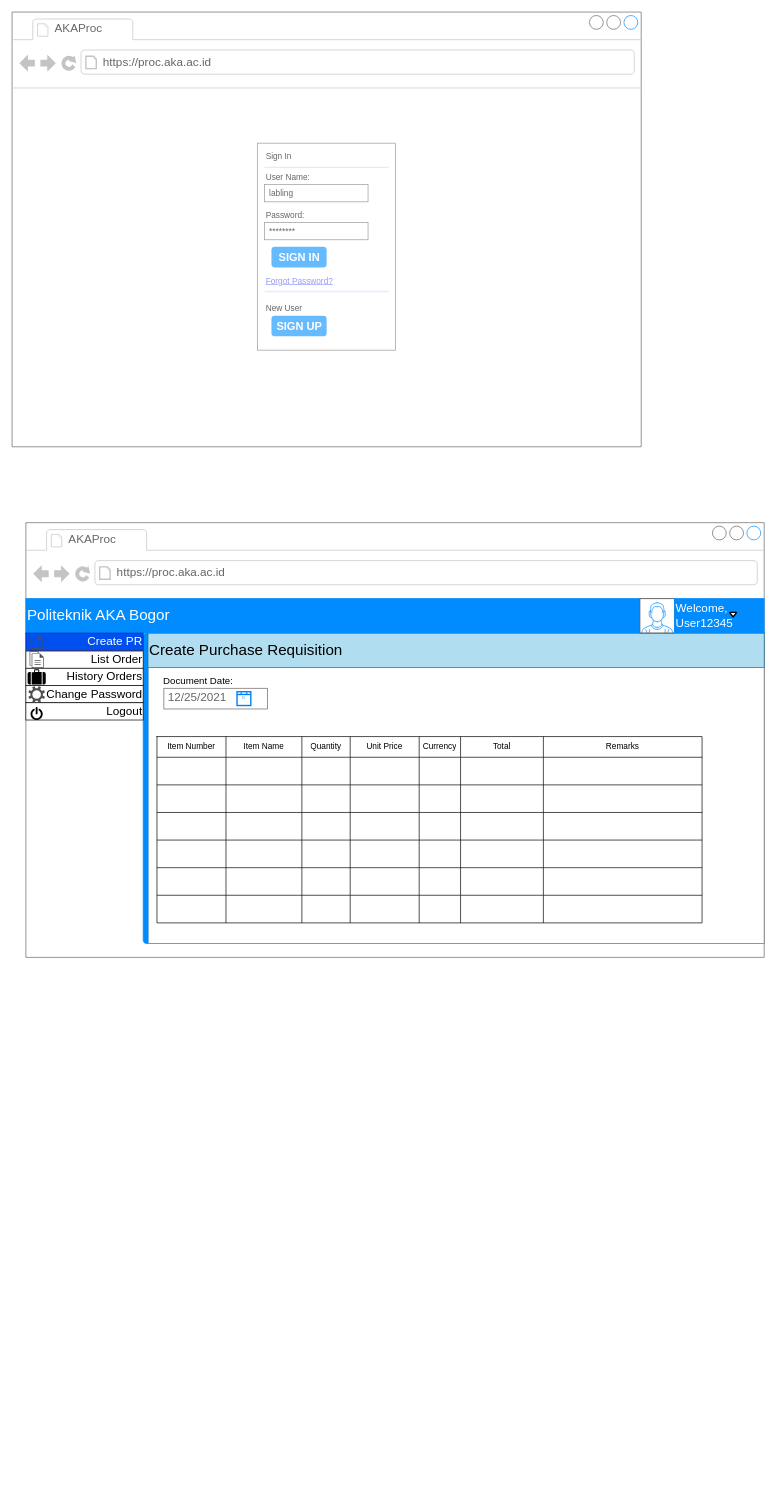
The draw.io diagram 20210805 AKAProc MockUp.drawio in ardianozi18/berkibar, before the edit. Source tidied: cells renumbered, new cells numbered last; positions are measured from the earlier drawing's top-left corner, leaving out a move shared by most shapes. Both pictures are drawn from the tidied source at 69%, with x=0, y=0 at pixel (12, 12).
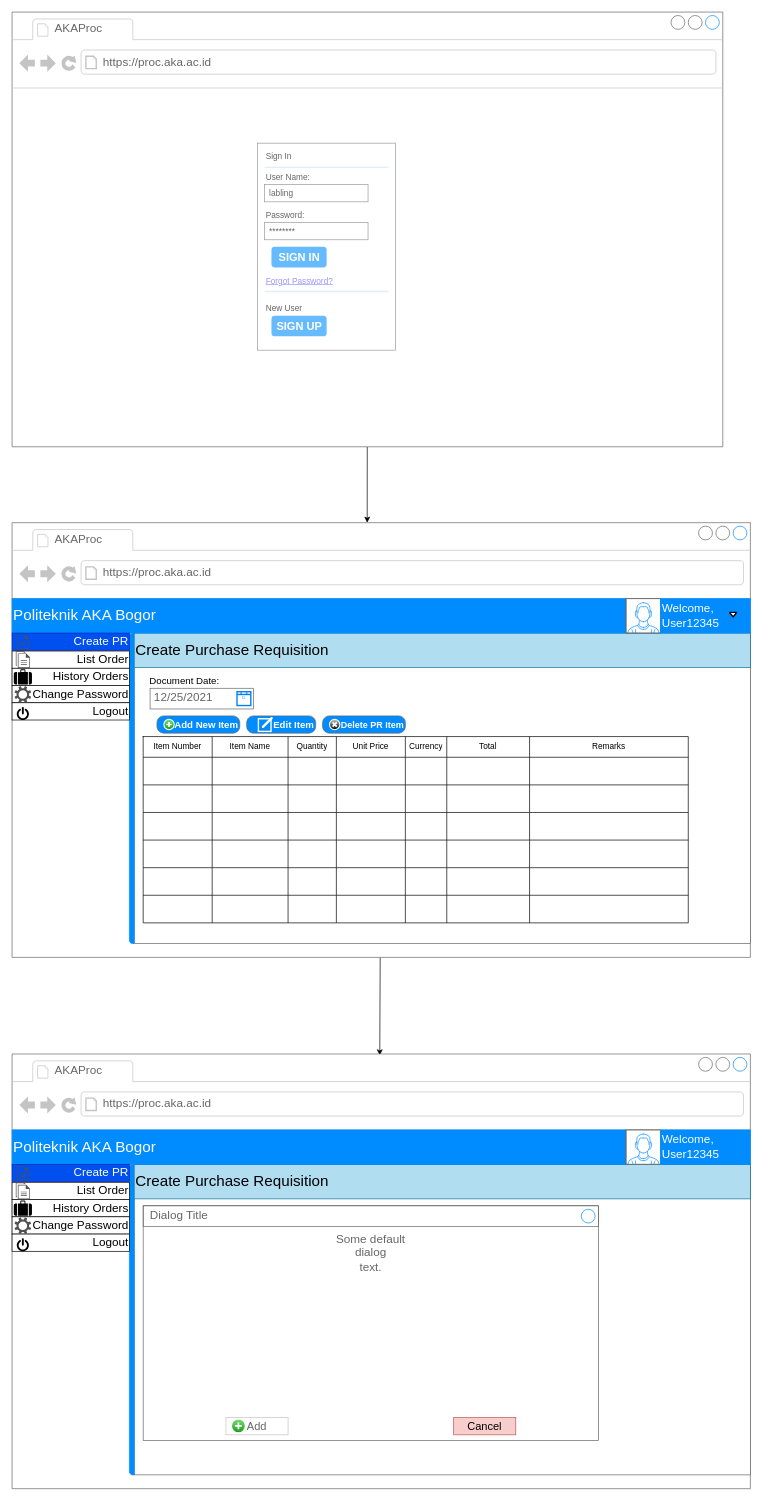
The same page after the edit.

The change refers to these unchanged cells:
```xml
<mxCell id="20" style="strokeWidth=1;shadow=0;dashed=0;align=center;html=1;shape=mxgraph.mockup.containers.marginRect2;rectMarginLeft=67;strokeColor=#666666;gradientColor=none;" parent="17" vertex="1">
  <mxGeometry x="110" y="160" width="960" height="450" as="geometry" />
</mxCell>
```

The edit, as a diff of the source:
```diff
@@
+    <mxCell id="98" style="edgeStyle=none;rounded=0;jettySize=auto;html=1;entryX=0.481;entryY=0;entryDx=0;entryDy=0;entryPerimeter=0;" parent="1" edge="1" source="2" target="17">
+      <mxGeometry relative="1" as="geometry" />
+    </mxCell>
     <mxCell id="2" style="strokeWidth=1;shadow=0;dashed=0;align=center;html=1;shape=mxgraph.mockup.containers.browserWindow;rSize=0;strokeColor=#666666;strokeColor2=#008cff;strokeColor3=#c4c4c4;mainText=,;" parent="1" vertex="1">
-      <mxGeometry width="911.8" height="630" as="geometry" />
+      <mxGeometry width="1030" height="630" as="geometry" />
     </mxCell>
@@
+    <mxCell id="99" style="edgeStyle=none;rounded=0;jettySize=auto;html=1;entryX=0.498;entryY=0.003;entryDx=0;entryDy=0;entryPerimeter=0;" parent="1" edge="1" source="17" target="106">
+      <mxGeometry relative="1" as="geometry" />
+    </mxCell>
     <mxCell id="17" style="strokeWidth=1;shadow=0;dashed=0;align=center;html=1;shape=mxgraph.mockup.containers.browserWindow;rSize=0;strokeColor=#666666;strokeColor2=#008cff;strokeColor3=#c4c4c4;mainText=,;" parent="1" vertex="1">
-      <mxGeometry x="20" y="740" width="1070" height="630" as="geometry" />
+      <mxGeometry y="740" width="1070" height="630" as="geometry" />
     </mxCell>
@@
+    <mxCell id="100" value="&lt;font style=&quot;font-size: 14px&quot;&gt;Add New Item&lt;/font&gt;" style="strokeWidth=1;shadow=0;dashed=0;align=right;html=1;shape=mxgraph.mockup.buttons.button;strokeColor=#666666;fontColor=#ffffff;mainText=;buttonStyle=round;fontSize=17;fontStyle=1;fillColor=#008cff;whiteSpace=wrap;" parent="20" vertex="1">
+      <mxGeometry x="100" y="120" width="120" height="25" as="geometry" />
+    </mxCell>
+    <mxCell id="101" value="&lt;font style=&quot;font-size: 13px&quot;&gt;Delete PR Item&lt;/font&gt;" style="strokeWidth=1;shadow=0;dashed=0;align=right;html=1;shape=mxgraph.mockup.buttons.button;strokeColor=#666666;fontColor=#ffffff;mainText=;buttonStyle=round;fontSize=17;fontStyle=1;fillColor=#008cff;whiteSpace=wrap;" parent="20" vertex="1">
+      <mxGeometry x="340" y="120" width="120" height="25" as="geometry" />
+    </mxCell>
@@
+    <mxCell id="102" value="&lt;font style=&quot;font-size: 14px&quot;&gt;Edit Item&lt;/font&gt;" style="strokeWidth=1;shadow=0;dashed=0;align=right;html=1;shape=mxgraph.mockup.buttons.button;strokeColor=#666666;fontColor=#ffffff;mainText=;buttonStyle=round;fontSize=17;fontStyle=1;fillColor=#008cff;whiteSpace=wrap;" parent="1" vertex="1">
+      <mxGeometry x="340" y="1020" width="100" height="25" as="geometry" />
+    </mxCell>
+    <mxCell id="103" style="verticalLabelPosition=bottom;verticalAlign=top;html=1;shadow=0;dashed=0;strokeWidth=1;shape=mxgraph.ios.iAddIcon;fillColor=#7AdF78;fillColor2=#1A9917;strokeColor=#ffffff;" parent="1" vertex="1">
+      <mxGeometry x="220" y="1025" width="15" height="15" as="geometry" />
+    </mxCell>
+    <mxCell id="104" style="verticalLabelPosition=bottom;verticalAlign=top;html=1;shadow=0;dashed=0;strokeWidth=1;shape=mxgraph.ios.iDeleteApp;fillColor=#cccccc;fillColor2=#000000;strokeColor=#ffffff;" parent="1" vertex="1">
+      <mxGeometry x="460" y="1025" width="15" height="15" as="geometry" />
+    </mxCell>
+    <mxCell id="105" style="html=1;verticalLabelPosition=bottom;align=center;labelBackgroundColor=#ffffff;verticalAlign=top;strokeWidth=2;shadow=0;dashed=0;shape=mxgraph.ios7.icons.edit;fillColor=none;strokeColor=#FFFFFF;" parent="1" vertex="1">
+      <mxGeometry x="357" y="1022.5" width="20" height="20" as="geometry" />
+    </mxCell>
+    <mxCell id="106" style="strokeWidth=1;shadow=0;dashed=0;align=center;html=1;shape=mxgraph.mockup.containers.browserWindow;rSize=0;strokeColor=#666666;strokeColor2=#008cff;strokeColor3=#c4c4c4;mainText=,;" parent="1" vertex="1">
+      <mxGeometry y="1510" width="1070" height="630" as="geometry" />
+    </mxCell>
+    <mxCell id="107" value="AKAProc" style="strokeWidth=1;shadow=0;dashed=0;align=center;html=1;shape=mxgraph.mockup.containers.anchor;fontSize=17;fontColor=#666666;align=left;" parent="106" vertex="1">
+      <mxGeometry x="60" y="12" width="110" height="26" as="geometry" />
+    </mxCell>
+    <mxCell id="108" value="https://proc.aka.ac.id" style="strokeWidth=1;shadow=0;dashed=0;align=center;html=1;shape=mxgraph.mockup.containers.anchor;rSize=0;fontSize=17;fontColor=#666666;align=left;" parent="106" vertex="1">
+      <mxGeometry x="130" y="60" width="250" height="26" as="geometry" />
+    </mxCell>
+    <mxCell id="109" style="strokeWidth=1;shadow=0;dashed=0;align=center;html=1;shape=mxgraph.mockup.containers.marginRect2;rectMarginLeft=67;strokeColor=#666666;gradientColor=none;" parent="106" vertex="1">
+      <mxGeometry x="110" y="160" width="960" height="450" as="geometry" />
+    </mxCell>
+    <mxCell id="110" style="strokeWidth=1;shadow=0;dashed=0;align=center;html=1;shape=mxgraph.mockup.containers.leftButton;rSize=5;strokeColor=#008cff;fillColor=#008cff;" parent="109" vertex="1">
+      <mxGeometry width="7" height="450" relative="1" as="geometry">
+        <mxPoint x="60" as="offset" />
+      </mxGeometry>
+    </mxCell>
+    <mxCell id="111" value="&lt;font style=&quot;font-size: 22px&quot;&gt;Create Purchase Requisition&lt;/font&gt;" style="strokeWidth=1;shadow=0;dashed=0;align=left;html=1;shape=mxgraph.mockup.containers.rrect;rSize=0;fontSize=17;fillColor=#b1ddf0;strokeColor=#10739e;" parent="109" vertex="1">
+      <mxGeometry x="67" width="893" height="50" as="geometry" />
+    </mxCell>
+    <mxCell id="112" value="Some default&#10;dialog&#10;text." style="strokeWidth=1;shadow=0;dashed=0;align=center;html=1;shape=mxgraph.mockup.containers.rrect;rSize=0;strokeColor=#666666;fontColor=#666666;fontSize=17;verticalAlign=top;whiteSpace=wrap;fillColor=#ffffff;spacingTop=32;" parent="109" vertex="1">
+      <mxGeometry x="80" y="60" width="660" height="340" as="geometry" />
+    </mxCell>
+    <mxCell id="113" value="Dialog Title" style="strokeWidth=1;shadow=0;dashed=0;align=center;html=1;shape=mxgraph.mockup.containers.rrect;rSize=0;fontSize=17;fontColor=#666666;strokeColor=#666666;align=left;spacingLeft=8;fillColor=none;" parent="112" vertex="1">
+      <mxGeometry width="660" height="30" relative="1" as="geometry" />
+    </mxCell>
+    <mxCell id="114" style="shape=ellipse;strokeColor=#008cff;fillColor=none;html=1;" parent="113" vertex="1">
+      <mxGeometry x="1" y="0.5" width="20" height="20" relative="1" as="geometry">
+        <mxPoint x="-25" y="-10" as="offset" />
+      </mxGeometry>
+    </mxCell>
+    <mxCell id="115" value="Add" style="strokeWidth=1;shadow=0;dashed=0;align=center;html=1;shape=mxgraph.mockup.containers.rrect;rSize=0;fontSize=16;fontColor=#666666;strokeColor=#c4c4c4;whiteSpace=wrap;fillColor=none;" parent="112" vertex="1">
+      <mxGeometry x="0.25" y="1" width="90" height="25" relative="1" as="geometry">
+        <mxPoint x="-45" y="-33" as="offset" />
+      </mxGeometry>
+    </mxCell>
+    <mxCell id="116" value="Cancel" style="strokeWidth=1;shadow=0;dashed=0;align=center;html=1;shape=mxgraph.mockup.containers.rrect;rSize=0;fontSize=16;strokeColor=#b85450;whiteSpace=wrap;fillColor=#f8cecc;" parent="112" vertex="1">
+      <mxGeometry x="0.75" y="1" width="90" height="25" relative="1" as="geometry">
+        <mxPoint x="-45" y="-33" as="offset" />
+      </mxGeometry>
+    </mxCell>
+    <mxCell id="117" value="&lt;font style=&quot;font-size: 22px&quot;&gt;Politeknik AKA Bogor&lt;/font&gt;" style="strokeWidth=1;shadow=0;dashed=0;align=left;html=1;shape=mxgraph.mockup.containers.rrect;rSize=0;fontSize=17;fontColor=#ffffff;strokeColor=#008cff;fillColor=#008cff;" parent="106" vertex="1">
+      <mxGeometry y="110" width="890" height="50" as="geometry" />
+    </mxCell>
+    <mxCell id="118" style="verticalLabelPosition=bottom;shadow=0;dashed=0;align=center;html=1;verticalAlign=top;strokeWidth=1;shape=mxgraph.mockup.containers.userMale;strokeColor=#666666;strokeColor2=#008cff;" parent="106" vertex="1">
+      <mxGeometry x="890" y="110" width="50" height="50" as="geometry" />
+    </mxCell>
+    <mxCell id="119" value="Welcome,&lt;br&gt;User12345" style="strokeWidth=1;shadow=0;dashed=0;align=left;html=1;shape=mxgraph.mockup.containers.rrect;rSize=0;fontSize=17;fontColor=#ffffff;strokeColor=#008cff;fillColor=#008cff;" parent="106" vertex="1">
+      <mxGeometry x="940" y="110" width="130" height="50" as="geometry" />
+    </mxCell>
+    <mxCell id="120" value="Create PR" style="strokeWidth=1;shadow=0;dashed=0;align=right;html=1;shape=mxgraph.mockup.containers.rrect;rSize=0;fontSize=17;fillColor=#0050ef;strokeColor=#001DBC;fontColor=#ffffff;" parent="106" vertex="1">
+      <mxGeometry width="170" height="25" relative="1" as="geometry">
+        <mxPoint y="160" as="offset" />
+      </mxGeometry>
+    </mxCell>
+    <mxCell id="121" value="List Order" style="strokeWidth=1;shadow=0;dashed=0;align=right;html=1;shape=mxgraph.mockup.containers.rrect;rSize=0;fontSize=17;" parent="106" vertex="1">
+      <mxGeometry y="186" width="170" height="25" as="geometry" />
+    </mxCell>
+    <mxCell id="122" value="History Orders" style="strokeWidth=1;shadow=0;dashed=0;align=right;html=1;shape=mxgraph.mockup.containers.rrect;rSize=0;fontSize=17;" parent="106" vertex="1">
+      <mxGeometry y="211" width="170" height="25" as="geometry" />
+    </mxCell>
+    <mxCell id="123" value="Change Password" style="strokeWidth=1;shadow=0;dashed=0;align=right;html=1;shape=mxgraph.mockup.containers.rrect;rSize=0;fontSize=17;" parent="106" vertex="1">
+      <mxGeometry y="236" width="170" height="25" as="geometry" />
+    </mxCell>
+    <mxCell id="124" value="Logout" style="strokeWidth=1;shadow=0;dashed=0;align=right;html=1;shape=mxgraph.mockup.containers.rrect;rSize=0;fontSize=17;" parent="106" vertex="1">
+      <mxGeometry y="261" width="170" height="25" as="geometry" />
+    </mxCell>
+    <mxCell id="125" style="shape=mxgraph.signs.tech.power;html=1;fillColor=#000000;strokeColor=none;verticalLabelPosition=bottom;verticalAlign=top;align=center;" parent="106" vertex="1">
+      <mxGeometry x="6.8" y="267" width="17.6" height="19" as="geometry" />
+    </mxCell>
+    <mxCell id="126" style="shape=mxgraph.signs.travel.baggage;html=1;fillColor=#000000;strokeColor=none;verticalLabelPosition=bottom;verticalAlign=top;align=center;" parent="106" vertex="1">
+      <mxGeometry x="2.5" y="212.5" width="26.3" height="22" as="geometry" />
+    </mxCell>
+    <mxCell id="127" style="shadow=0;dashed=0;html=1;strokeColor=none;fillColor=#505050;labelPosition=center;verticalLabelPosition=bottom;verticalAlign=top;align=center;shape=mxgraph.office.concepts.settings;" parent="106" vertex="1">
+      <mxGeometry x="3.6" y="237" width="24" height="24" as="geometry" />
+    </mxCell>
+    <mxCell id="128" style="shadow=0;dashed=0;html=1;strokeColor=none;fillColor=#505050;labelPosition=center;verticalLabelPosition=bottom;verticalAlign=top;align=center;shape=mxgraph.office.concepts.documents;" parent="106" vertex="1">
+      <mxGeometry x="5.4" y="186.5" width="20.4" height="24" as="geometry" />
+    </mxCell>
+    <mxCell id="129" style="shadow=0;dashed=0;html=1;strokeColor=none;fillColor=#505050;labelPosition=center;verticalLabelPosition=bottom;verticalAlign=top;align=center;shape=mxgraph.office.concepts.document;" parent="106" vertex="1">
+      <mxGeometry x="7.1" y="163" width="17" height="20" as="geometry" />
+    </mxCell>
+    <mxCell id="130" style="verticalLabelPosition=bottom;verticalAlign=top;html=1;shadow=0;dashed=0;strokeWidth=1;shape=mxgraph.ios.iAddIcon;fillColor=#7AdF78;fillColor2=#1A9917;strokeColor=#ffffff;" parent="1" vertex="1">
+      <mxGeometry x="318" y="2039" width="20" height="20" as="geometry" />
+    </mxCell>
```
